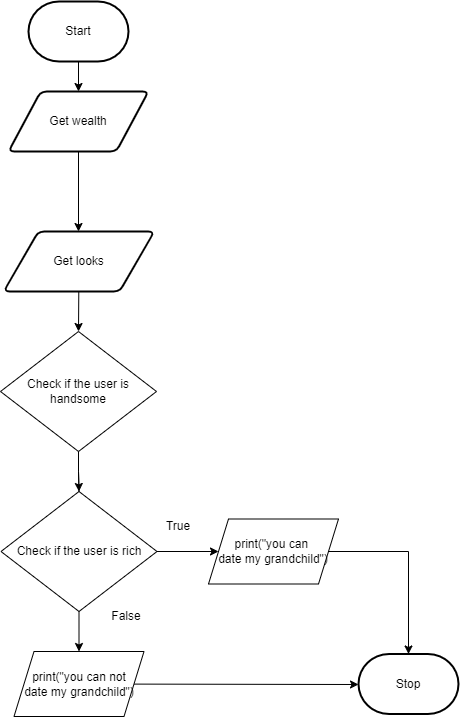
The draw.io diagram flowchart.png in Huzaifa-Khalid-2/ICS3U-Unit3-07-Python, before a commit. Source tidied: cells renumbered, new cells last; positions are measured from the earlier drawing's top-left corner, leaving out a move shared by most shapes.
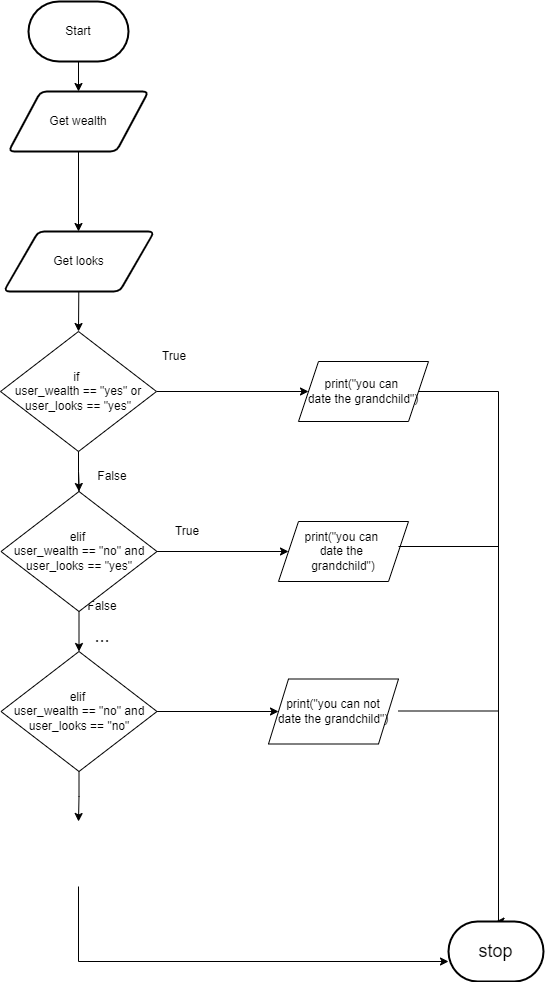
Above is the later version.

Commit message:
eddited flowchurt

What changed in the source:
```diff
@@ -19,15 +19,12 @@
     <mxCell id="6" style="edgeStyle=orthogonalEdgeStyle;rounded=0;html=1;" parent="1" edge="1" source="8" target="19">
       <mxGeometry relative="1" as="geometry" />
     </mxCell>
-    <mxCell id="7" style="edgeStyle=orthogonalEdgeStyle;html=1;rounded=0;startArrow=none;" parent="1" edge="1" source="19" target="14">
-      <mxGeometry relative="1" as="geometry" />
-    </mxCell>
+    <mxCell id="21" style="edgeStyle=orthogonalEdgeStyle;html=1;rounded=0;" parent="1" edge="1" source="8" target="17">
+      <mxGeometry relative="1" as="geometry" />
+    </mxCell>
-    <mxCell id="8" value="Check if the user is handsome" style="rhombus;whiteSpace=wrap;html=1;" parent="1" vertex="1">
+    <mxCell id="8" value="if &lt;br&gt;user_wealth == &quot;yes&quot; or user_looks == &quot;yes&quot;" style="rhombus;whiteSpace=wrap;html=1;" parent="1" vertex="1">
       <mxGeometry y="330" width="156" height="120" as="geometry" />
     </mxCell>
-    <mxCell id="9" value="Stop" style="strokeWidth=2;html=1;shape=mxgraph.flowchart.terminator;whiteSpace=wrap;" parent="1" vertex="1">
-      <mxGeometry x="358" y="652.5" width="100" height="60" as="geometry" />
-    </mxCell>
     <mxCell id="10" style="edgeStyle=none;html=1;entryX=0.5;entryY=0;entryDx=0;entryDy=0;" parent="1" edge="1" source="11" target="8">
       <mxGeometry relative="1" as="geometry" />
     </mxCell>
@@ -35,33 +32,82 @@
       <mxGeometry x="3.2" y="230" width="150.5" height="60" as="geometry" />
     </mxCell>
     <mxCell id="12" value="True" style="text;html=1;strokeColor=none;fillColor=none;align=center;verticalAlign=middle;whiteSpace=wrap;rounded=0;" parent="1" vertex="1">
-      <mxGeometry x="148" y="510" width="60" height="30" as="geometry" />
+      <mxGeometry x="143.5" y="340" width="60" height="30" as="geometry" />
     </mxCell>
-    <mxCell id="13" style="edgeStyle=none;html=1;" parent="1" edge="1" source="14">
-      <mxGeometry relative="1" as="geometry">
-        <mxPoint x="358" y="683" as="targetPoint" />
-      </mxGeometry>
-    </mxCell>
-    <mxCell id="14" value="print(&quot;you can not&lt;br&gt;date my grandchild&quot;)" style="shape=parallelogram;perimeter=parallelogramPerimeter;whiteSpace=wrap;html=1;fixedSize=1;" parent="1" vertex="1">
-      <mxGeometry x="13.5" y="650" width="130" height="65" as="geometry" />
-    </mxCell>
+    <mxCell id="22" style="edgeStyle=orthogonalEdgeStyle;rounded=0;html=1;fontSize=18;" parent="1" edge="1" target="32">
+      <mxGeometry relative="1" as="geometry">
+        <mxPoint x="78" y="885" as="sourcePoint" />
+        <Array as="points">
+          <mxPoint x="78" y="960" />
+        </Array>
+      </mxGeometry>
+    </mxCell>
     <mxCell id="15" value="False" style="text;html=1;strokeColor=none;fillColor=none;align=center;verticalAlign=middle;whiteSpace=wrap;rounded=0;" parent="1" vertex="1">
-      <mxGeometry x="96" y="600" width="60" height="30" as="geometry" />
+      <mxGeometry x="72" y="590" width="60" height="30" as="geometry" />
     </mxCell>
-    <mxCell id="16" style="edgeStyle=orthogonalEdgeStyle;rounded=0;html=1;entryX=0.5;entryY=0;entryDx=0;entryDy=0;entryPerimeter=0;" parent="1" edge="1" source="17" target="9">
-      <mxGeometry relative="1" as="geometry" />
-    </mxCell>
+    <mxCell id="23" style="edgeStyle=orthogonalEdgeStyle;rounded=0;html=1;fontSize=18;entryX=0.5;entryY=0;entryDx=0;entryDy=0;entryPerimeter=0;" parent="1" edge="1" source="17" target="32">
+      <mxGeometry relative="1" as="geometry">
+        <Array as="points">
+          <mxPoint x="498" y="390" />
+          <mxPoint x="498" y="920" />
+        </Array>
+      </mxGeometry>
+    </mxCell>
-    <mxCell id="17" value="print(&quot;you can &lt;br&gt;date my grandchild&quot;)" style="shape=parallelogram;perimeter=parallelogramPerimeter;whiteSpace=wrap;html=1;fixedSize=1;" parent="1" vertex="1">
-      <mxGeometry x="208" y="517.5" width="130" height="65" as="geometry" />
+    <mxCell id="17" value="print(&quot;you can &lt;br&gt;date the grandchild&quot;)" style="shape=parallelogram;perimeter=parallelogramPerimeter;whiteSpace=wrap;html=1;fixedSize=1;" parent="1" vertex="1">
+      <mxGeometry x="298" y="360" width="130" height="60" as="geometry" />
     </mxCell>
-    <mxCell id="18" style="edgeStyle=none;html=1;entryX=0;entryY=0.5;entryDx=0;entryDy=0;" parent="1" edge="1" source="19" target="17">
-      <mxGeometry relative="1" as="geometry" />
-    </mxCell>
+    <mxCell id="24" style="edgeStyle=orthogonalEdgeStyle;rounded=0;html=1;fontSize=18;" parent="1" edge="1" source="19" target="27">
+      <mxGeometry relative="1" as="geometry" />
+    </mxCell>
+    <mxCell id="25" style="edgeStyle=orthogonalEdgeStyle;rounded=0;html=1;entryX=0.5;entryY=0;entryDx=0;entryDy=0;fontSize=18;" parent="1" edge="1" source="19" target="31">
+      <mxGeometry relative="1" as="geometry" />
+    </mxCell>
-    <mxCell id="19" value="Check if the user is rich" style="rhombus;whiteSpace=wrap;html=1;" parent="1" vertex="1">
+    <mxCell id="19" value="elif &lt;br&gt;user_wealth == &quot;no&quot; and user_looks == &quot;yes&quot;" style="rhombus;whiteSpace=wrap;html=1;" parent="1" vertex="1">
       <mxGeometry x="0.5" y="490" width="156" height="120" as="geometry" />
     </mxCell>
     <mxCell id="20" style="edgeStyle=orthogonalEdgeStyle;html=1;rounded=0;endArrow=none;" parent="1" edge="1" source="8" target="19">
       <mxGeometry relative="1" as="geometry" />
     </mxCell>
+    <mxCell id="26" value="&lt;font style=&quot;font-size: 18px&quot;&gt;...&lt;/font&gt;" style="text;html=1;strokeColor=none;fillColor=none;align=center;verticalAlign=middle;whiteSpace=wrap;rounded=0;" parent="1" vertex="1">
+      <mxGeometry x="85" y="620" width="34" height="30" as="geometry" />
+    </mxCell>
+    <mxCell id="27" value="print(&quot;you can &lt;br&gt;date the &lt;br&gt;grandchild&quot;)" style="shape=parallelogram;perimeter=parallelogramPerimeter;whiteSpace=wrap;html=1;fixedSize=1;" parent="1" vertex="1">
+      <mxGeometry x="278" y="520" width="130" height="60" as="geometry" />
+    </mxCell>
+    <mxCell id="28" value="True" style="text;html=1;strokeColor=none;fillColor=none;align=center;verticalAlign=middle;whiteSpace=wrap;rounded=0;" parent="1" vertex="1">
+      <mxGeometry x="156.5" y="515" width="60" height="30" as="geometry" />
+    </mxCell>
+    <mxCell id="29" style="edgeStyle=orthogonalEdgeStyle;rounded=0;html=1;entryX=0.5;entryY=0;entryDx=0;entryDy=0;fontSize=18;" parent="1" edge="1" source="31">
+      <mxGeometry relative="1" as="geometry">
+        <mxPoint x="78" y="820" as="targetPoint" />
+      </mxGeometry>
+    </mxCell>
+    <mxCell id="30" style="edgeStyle=orthogonalEdgeStyle;rounded=0;html=1;entryX=0;entryY=0.5;entryDx=0;entryDy=0;fontSize=18;" parent="1" edge="1" source="31" target="35">
+      <mxGeometry relative="1" as="geometry" />
+    </mxCell>
+    <mxCell id="31" value="elif &lt;br&gt;user_wealth == &quot;no&quot; and user_looks == &quot;no&quot;" style="rhombus;whiteSpace=wrap;html=1;" parent="1" vertex="1">
+      <mxGeometry x="0.5" y="650" width="156" height="120" as="geometry" />
+    </mxCell>
+    <mxCell id="32" value="stop" style="strokeWidth=2;html=1;shape=mxgraph.flowchart.terminator;whiteSpace=wrap;fontSize=18;" parent="1" vertex="1">
+      <mxGeometry x="448" y="920" width="95" height="60" as="geometry" />
+    </mxCell>
+    <mxCell id="33" value="False" style="text;html=1;strokeColor=none;fillColor=none;align=center;verticalAlign=middle;whiteSpace=wrap;rounded=0;" parent="1" vertex="1">
+      <mxGeometry x="82" y="460" width="60" height="30" as="geometry" />
+    </mxCell>
+    <mxCell id="34" style="endArrow=none;html=1;rounded=0;fontSize=18;" parent="1" edge="1">
+      <mxGeometry relative="1" as="geometry">
+        <mxPoint x="498" y="545" as="sourcePoint" />
+        <mxPoint x="398" y="545" as="targetPoint" />
+      </mxGeometry>
+    </mxCell>
+    <mxCell id="35" value="print(&quot;you can not&lt;br&gt;date the grandchild&quot;)" style="shape=parallelogram;perimeter=parallelogramPerimeter;whiteSpace=wrap;html=1;fixedSize=1;" parent="1" vertex="1">
+      <mxGeometry x="268" y="677.5" width="130" height="65" as="geometry" />
+    </mxCell>
+    <mxCell id="36" style="endArrow=none;html=1;rounded=0;fontSize=18;" parent="1" edge="1">
+      <mxGeometry relative="1" as="geometry">
+        <mxPoint x="498" y="709.5" as="sourcePoint" />
+        <mxPoint x="398" y="709.5" as="targetPoint" />
+      </mxGeometry>
+    </mxCell>
   </root>
 </mxGraphModel>
```
